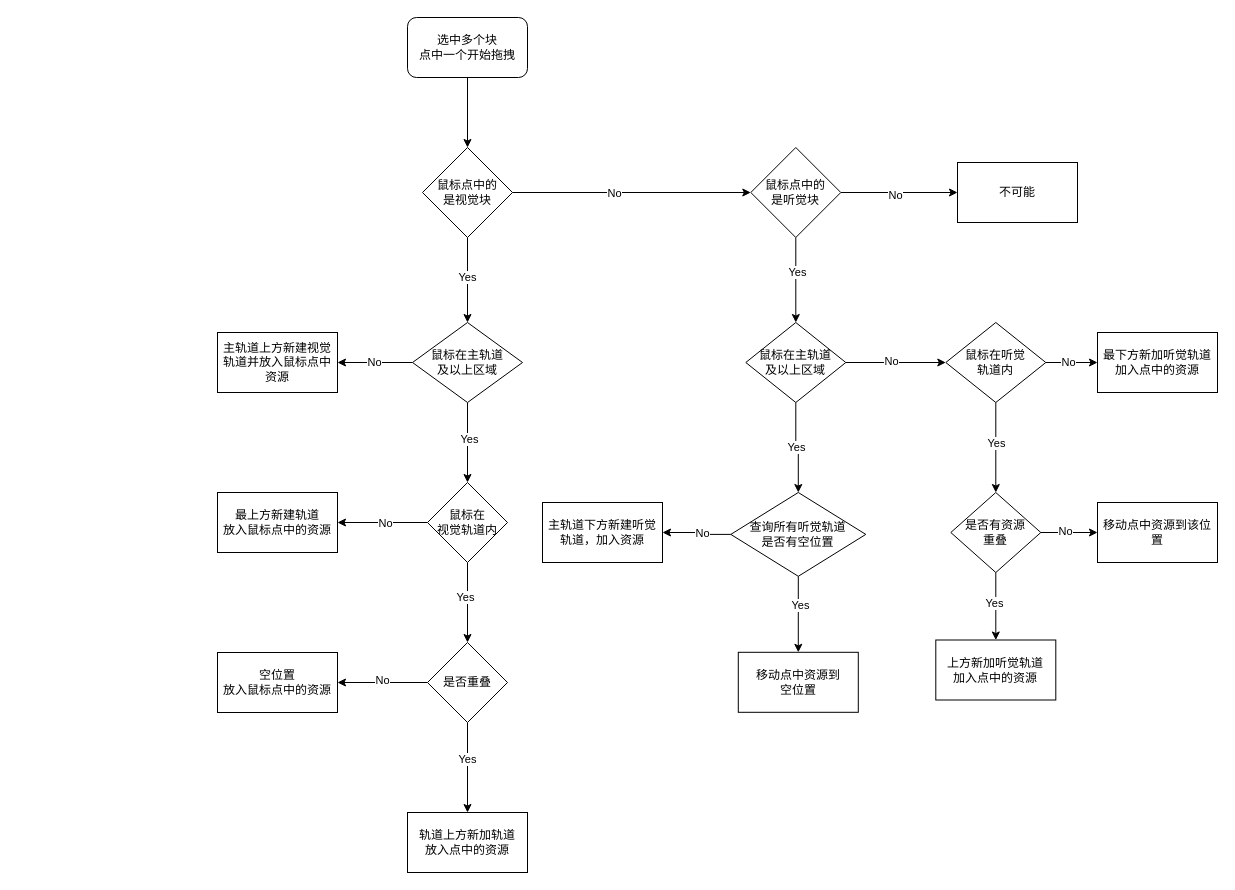
The draw.io diagram page "多块移动-拖拽块" (3 of 4) of drag flow.drawio in macfanr/drawio, before the edit. Source tidied: cells renumbered, new cells numbered last; positions are measured from the earlier drawing's top-left corner, leaving out a move shared by most shapes. Both pictures are drawn from the tidied source at 100%, with x=0, y=0 at pixel (217, 17).
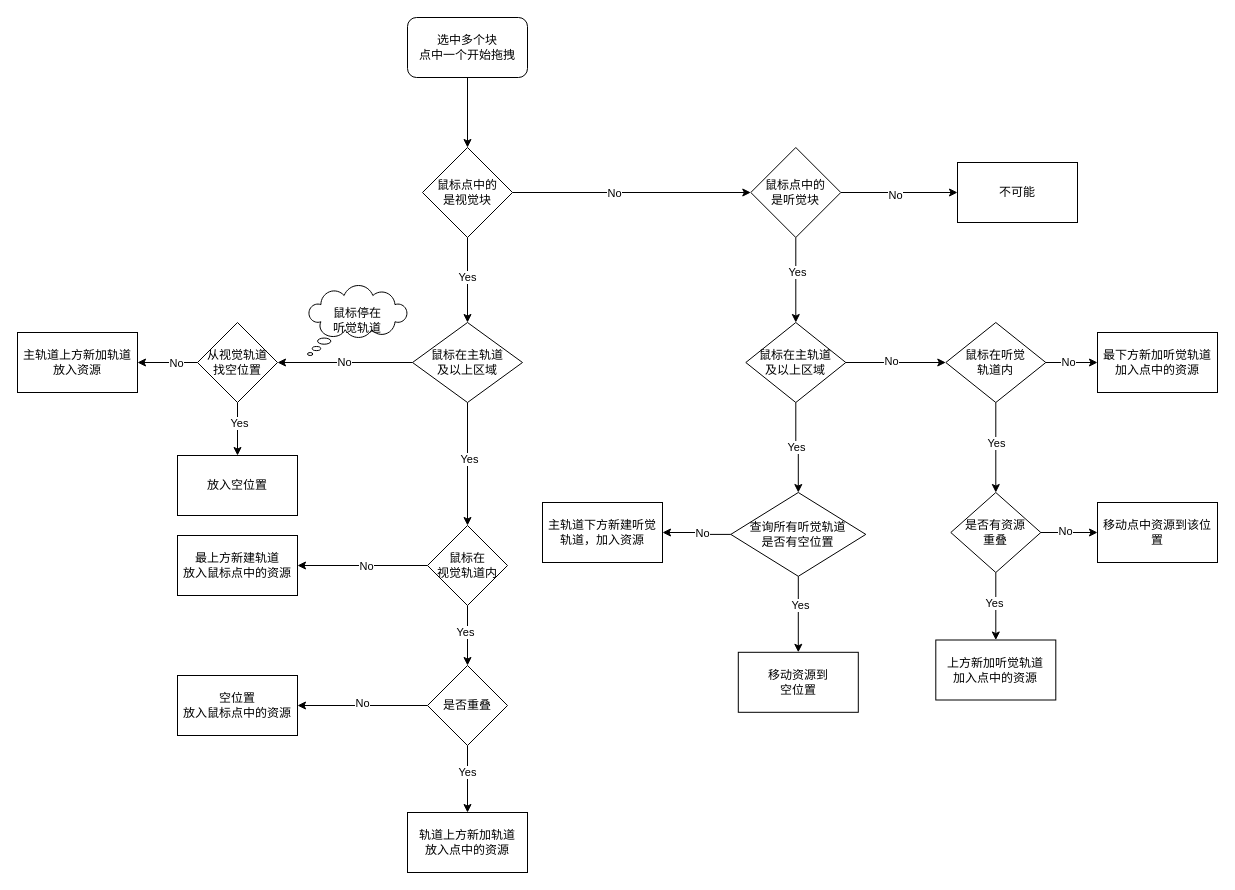
Above is the later version.

Unchanged cells that the change refers to:
```xml
<mxCell id="12" value="鼠标在主轨道&lt;br&gt;及以上区域" style="rhombus;whiteSpace=wrap;html=1;rounded=0;" parent="1" vertex="1">
  <mxGeometry x="195" y="305" width="110" height="80" as="geometry" />
</mxCell>
```

Change to the diagram source:
```diff
@@
-    <mxCell id="11" value="No" style="edgeStyle=orthogonalEdgeStyle;rounded=0;jettySize=auto;html=1;endArrow=classic;endFill=1;" parent="1" edge="1" source="12" target="35">
+    <mxCell id="11" value="No" style="edgeStyle=orthogonalEdgeStyle;rounded=0;jettySize=auto;html=1;endArrow=classic;endFill=1;entryX=1;entryY=0.5;entryDx=0;entryDy=0;" parent="1" edge="1" source="12" target="62">
       <mxGeometry relative="1" as="geometry" />
     </mxCell>
@@
     <mxCell id="28" value="鼠标在&lt;br&gt;视觉轨道内" style="rhombus;whiteSpace=wrap;html=1;rounded=0;" parent="1" vertex="1">
-      <mxGeometry x="210" y="465" width="80" height="80" as="geometry" />
+      <mxGeometry x="210" y="508" width="80" height="80" as="geometry" />
     </mxCell>
@@
     <mxCell id="33" value="是否重叠" style="rhombus;whiteSpace=wrap;html=1;rounded=0;" parent="1" vertex="1">
-      <mxGeometry x="210" y="625" width="80" height="80" as="geometry" />
+      <mxGeometry x="210" y="648" width="80" height="80" as="geometry" />
     </mxCell>
@@
-    <mxCell id="35" value="主轨道上方新建视觉&lt;br&gt;轨道并放入鼠标点中资源" style="whiteSpace=wrap;html=1;rounded=0;" parent="1" vertex="1">
-      <mxGeometry y="315" width="120" height="60" as="geometry" />
-    </mxCell>
     <mxCell id="36" value="最上方新建轨道&lt;br&gt;放入鼠标点中的资源" style="whiteSpace=wrap;html=1;rounded=0;" parent="1" vertex="1">
-      <mxGeometry y="475" width="120" height="60" as="geometry" />
+      <mxGeometry x="-40" y="518" width="120" height="60" as="geometry" />
     </mxCell>
     <mxCell id="37" value="空位置&lt;br&gt;放入鼠标点中的资源" style="whiteSpace=wrap;html=1;rounded=0;" parent="1" vertex="1">
-      <mxGeometry y="635" width="120" height="60" as="geometry" />
+      <mxGeometry x="-40" y="658" width="120" height="60" as="geometry" />
     </mxCell>
-    <mxCell id="38" value="移动点中资源到&lt;br&gt;空位置" style="whiteSpace=wrap;html=1;" parent="1" vertex="1">
+    <mxCell id="38" value="移动资源到&lt;br&gt;空位置" style="whiteSpace=wrap;html=1;" parent="1" vertex="1">
       <mxGeometry x="520.8" y="634.8" width="120" height="60" as="geometry" />
     </mxCell>
@@
+    <mxCell id="58" style="edgeStyle=orthogonalEdgeStyle;rounded=0;jettySize=auto;html=1;" parent="1" edge="1" source="62" target="63">
+      <mxGeometry relative="1" as="geometry" />
+    </mxCell>
+    <mxCell id="59" value="Yes" style="edgeLabel;html=1;align=center;verticalAlign=middle;" parent="58" vertex="1">
+      <mxGeometry x="-0.23" y="1" relative="1" as="geometry" />
+    </mxCell>
+    <mxCell id="60" style="edgeStyle=orthogonalEdgeStyle;rounded=0;jettySize=auto;html=1;" parent="1" edge="1" source="62" target="64">
+      <mxGeometry relative="1" as="geometry" />
+    </mxCell>
+    <mxCell id="61" value="No" style="edgeLabel;html=1;align=center;verticalAlign=middle;" parent="60" vertex="1">
+      <mxGeometry x="-0.27" relative="1" as="geometry" />
+    </mxCell>
+    <mxCell id="62" value="从视觉轨道&lt;br&gt;找空位置" style="rhombus;whiteSpace=wrap;html=1;rounded=0;" parent="1" vertex="1">
+      <mxGeometry x="-20" y="305" width="80" height="80" as="geometry" />
+    </mxCell>
+    <mxCell id="63" value="放入空位置" style="whiteSpace=wrap;html=1;rounded=0;" parent="1" vertex="1">
+      <mxGeometry x="-40" y="438" width="120" height="60" as="geometry" />
+    </mxCell>
+    <mxCell id="64" value="主轨道上方新加轨道&lt;br&gt;放入资源" style="whiteSpace=wrap;html=1;rounded=0;" parent="1" vertex="1">
+      <mxGeometry x="-200" y="315" width="120" height="60" as="geometry" />
+    </mxCell>
+    <mxCell id="65" value="鼠标停在&lt;br&gt;听觉轨道" style="whiteSpace=wrap;html=1;shape=mxgraph.basic.cloud_callout;rounded=0;" parent="1" vertex="1">
+      <mxGeometry x="90" y="268" width="100" height="70" as="geometry" />
+    </mxCell>
```
